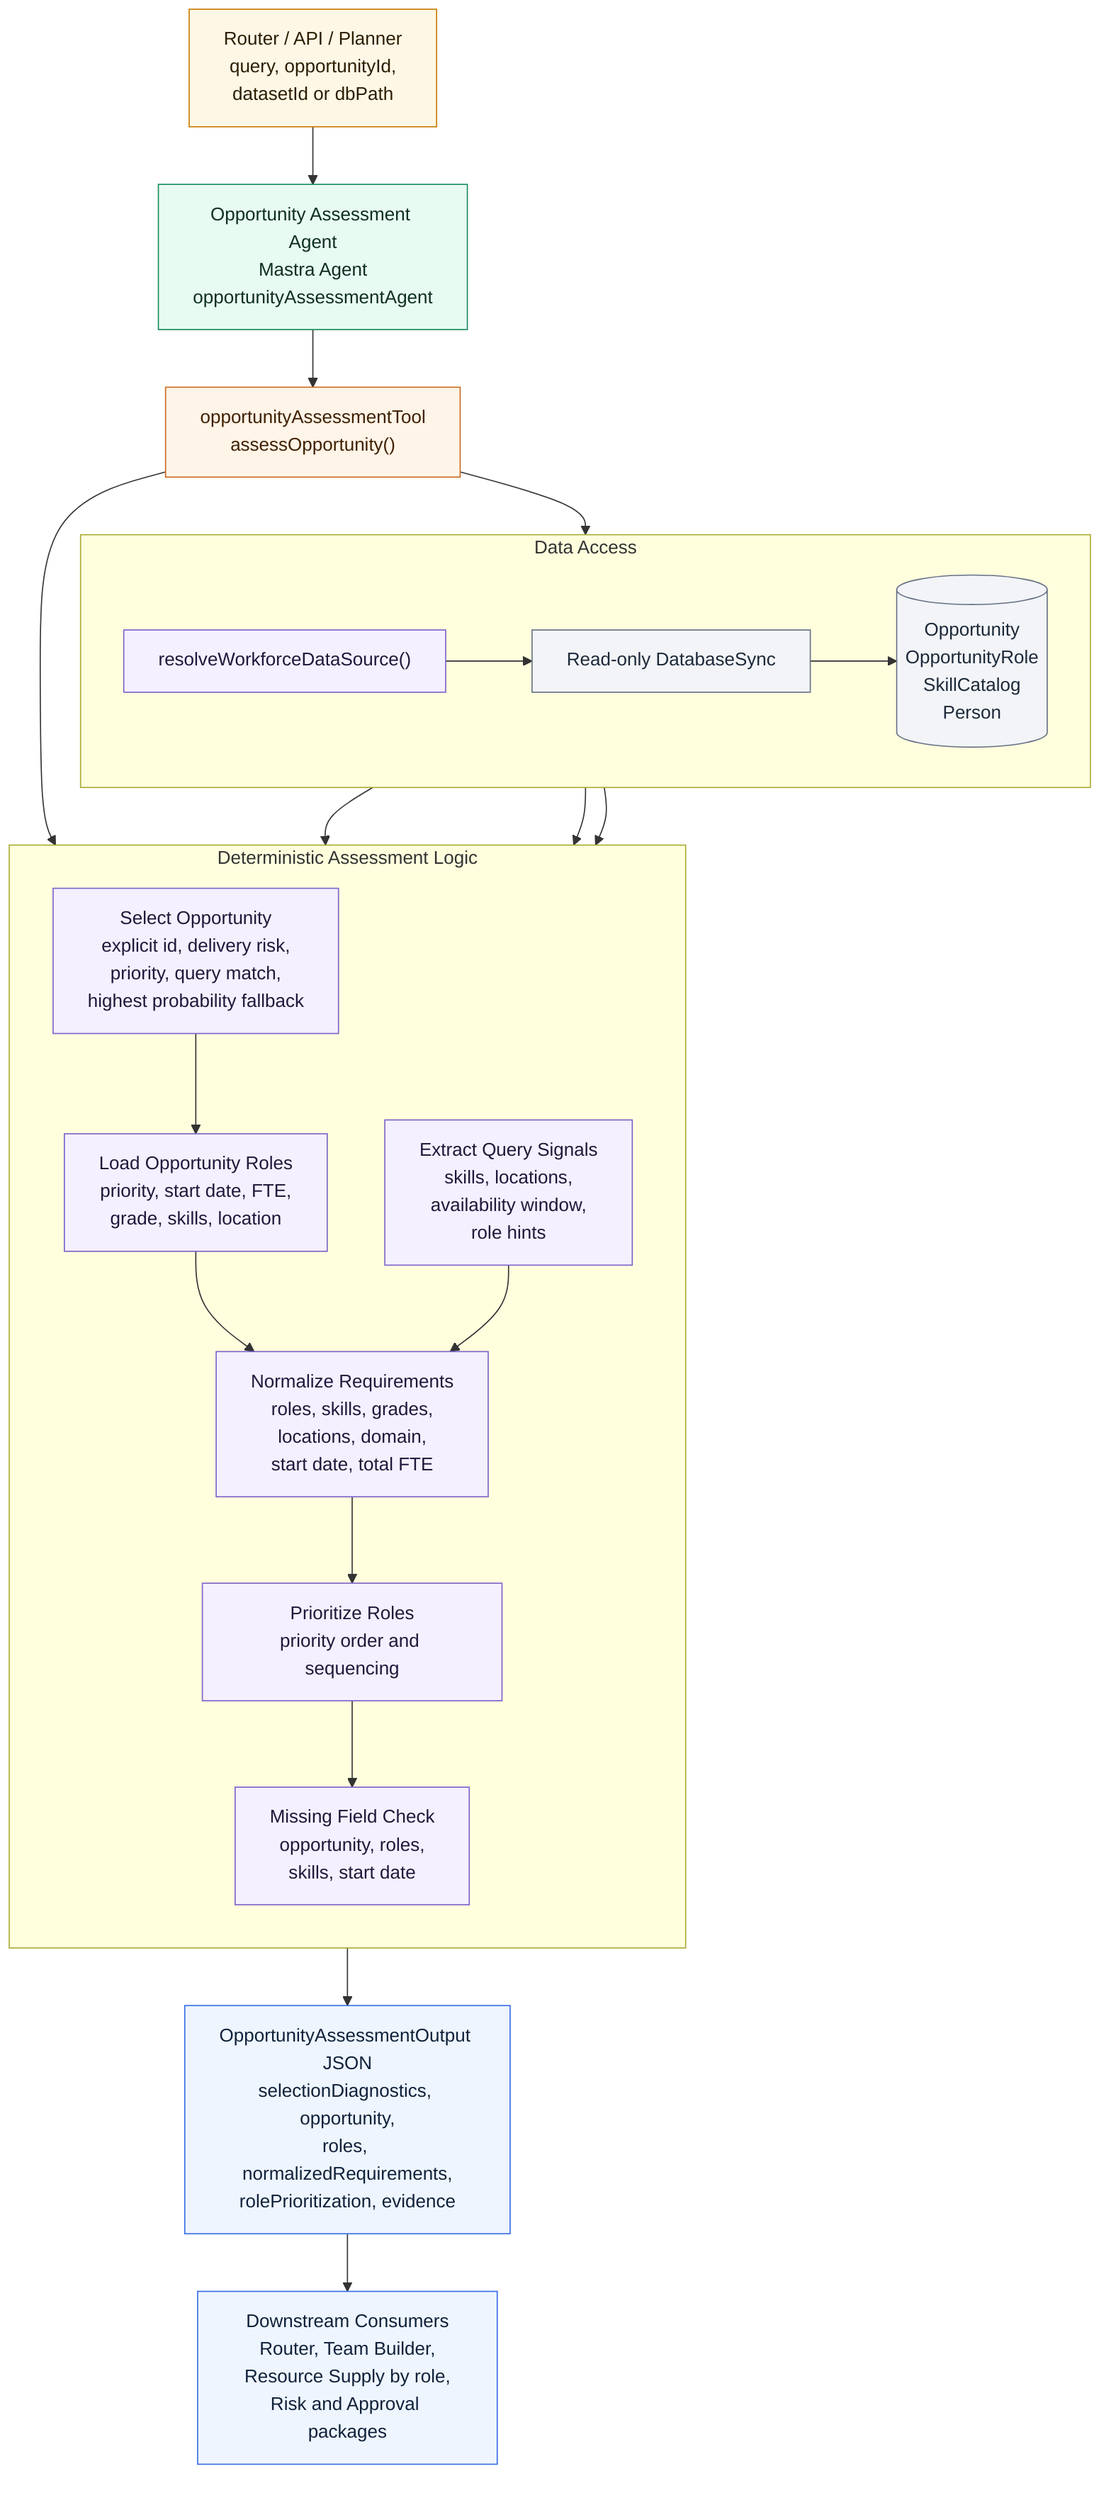
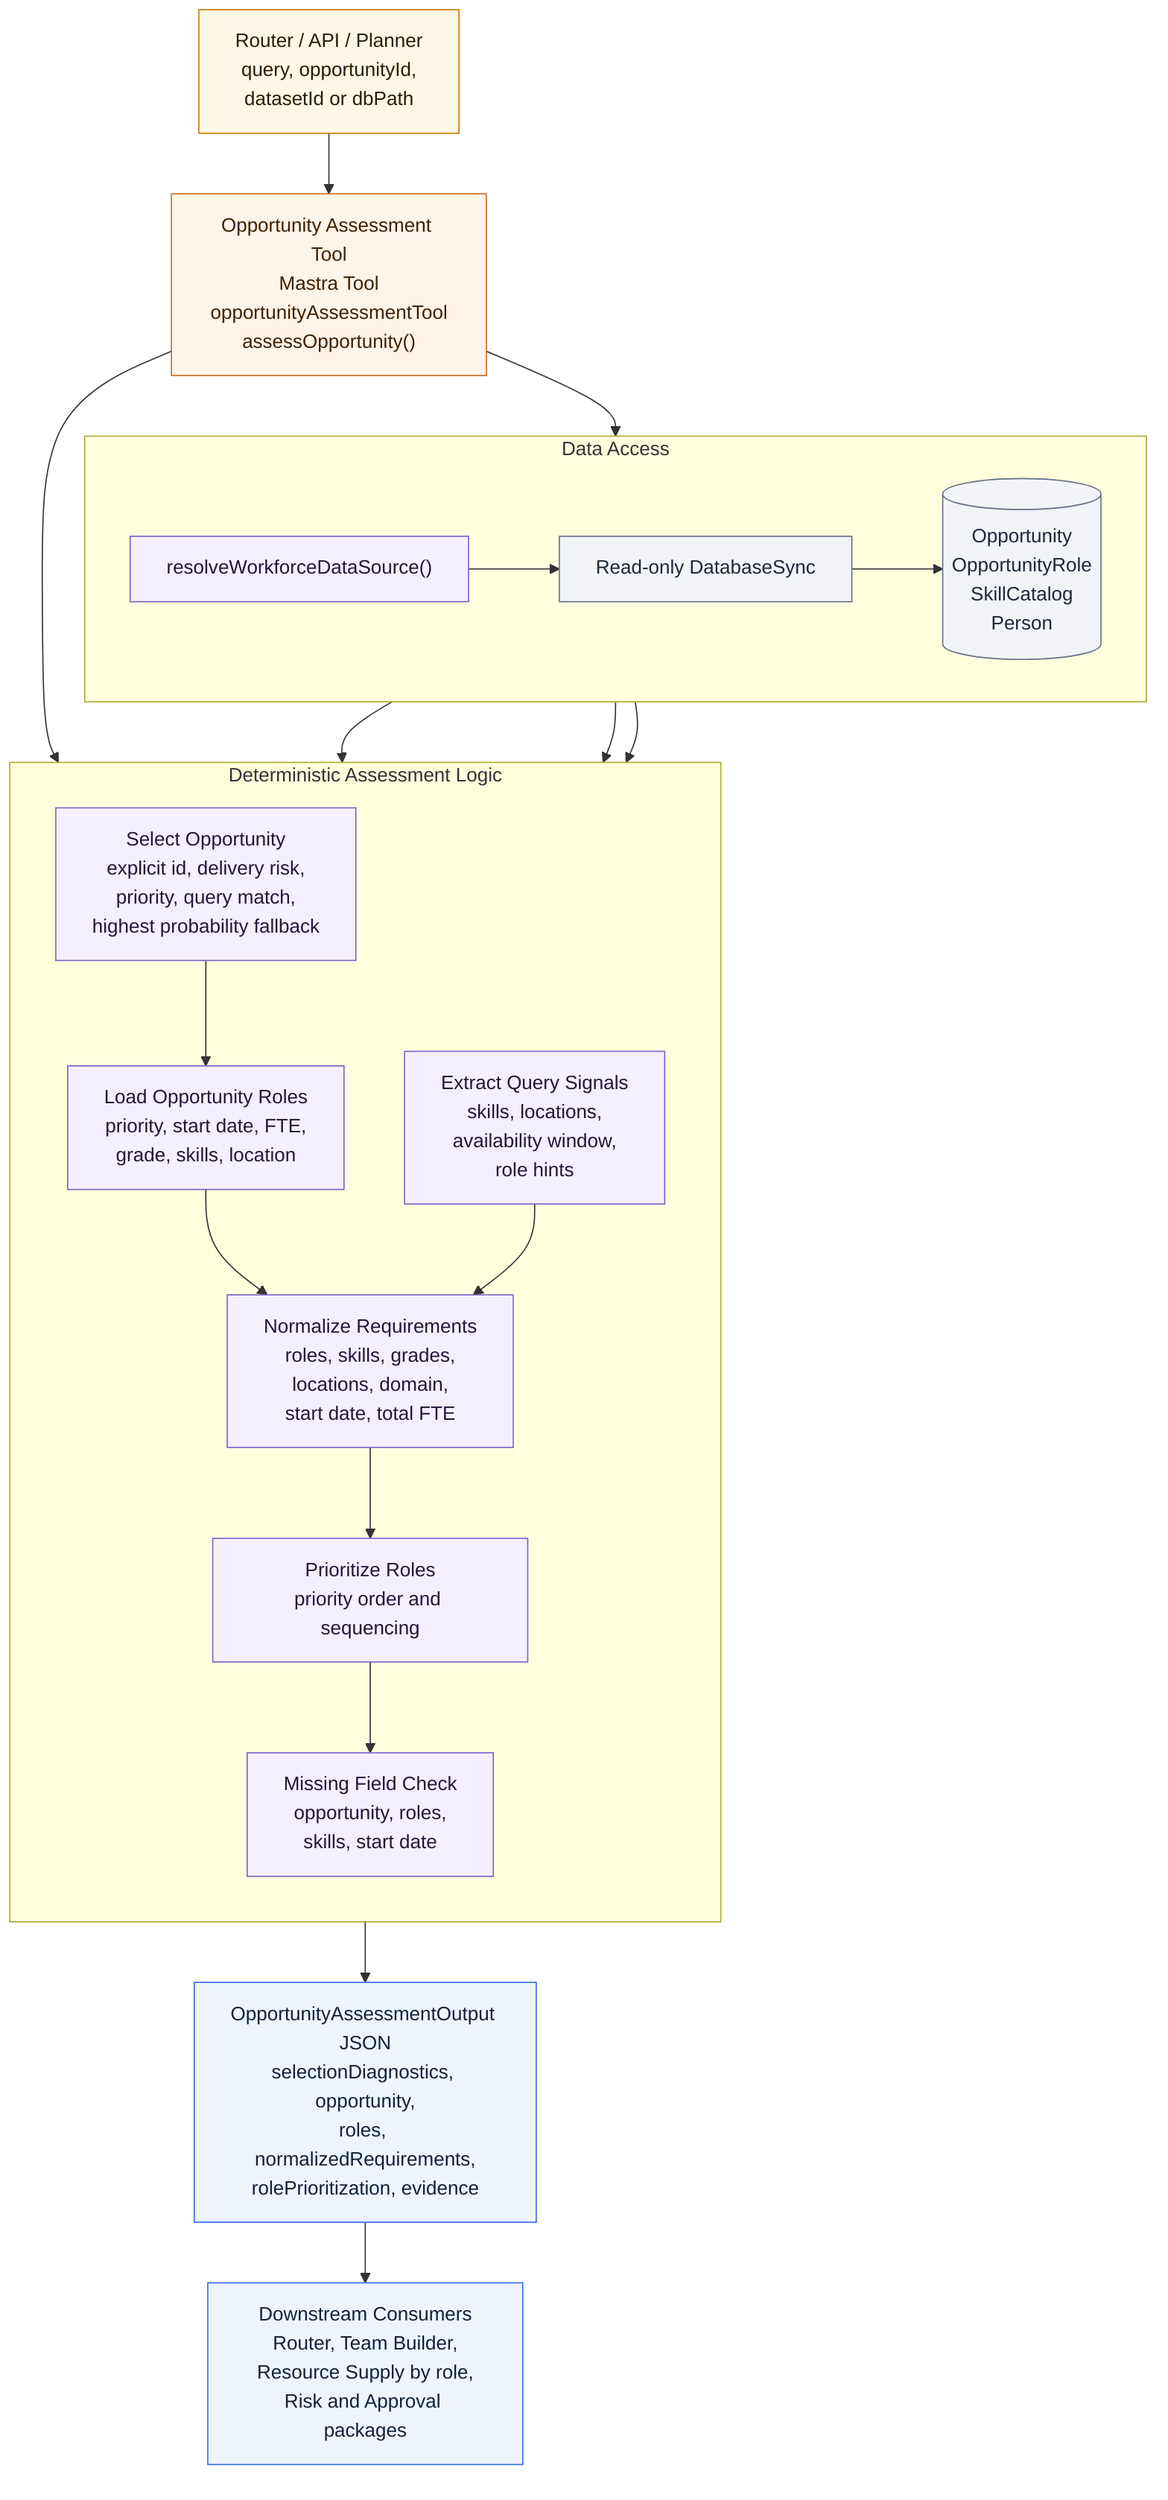
flowchart TD
    caller["Router / API / Planner<br/>query, opportunityId,<br/>datasetId or dbPath"]
-     agent["Opportunity Assessment Agent<br/>Mastra Agent<br/>opportunityAssessmentAgent"]
-     tool["opportunityAssessmentTool<br/>assessOpportunity()"]
+     tool["Opportunity Assessment Tool<br/>Mastra Tool<br/>opportunityAssessmentTool<br/>assessOpportunity()"]

    subgraph access["Data Access"]
        direction LR
        resolver["resolveWorkforceDataSource()"]
        sqlite["Read-only DatabaseSync"]
        tables[("Opportunity<br/>OpportunityRole<br/>SkillCatalog<br/>Person")]
    end

    subgraph logic["Deterministic Assessment Logic"]
        direction TB
        select["Select Opportunity<br/>explicit id, delivery risk,<br/>priority, query match,<br/>highest probability fallback"]
        roles["Load Opportunity Roles<br/>priority, start date, FTE,<br/>grade, skills, location"]
        signals["Extract Query Signals<br/>skills, locations,<br/>availability window,<br/>role hints"]
        normalize["Normalize Requirements<br/>roles, skills, grades,<br/>locations, domain,<br/>start date, total FTE"]
        prioritize["Prioritize Roles<br/>priority order and sequencing"]
        missing["Missing Field Check<br/>opportunity, roles,<br/>skills, start date"]
    end

    outputJson["OpportunityAssessmentOutput JSON<br/>selectionDiagnostics, opportunity,<br/>roles, normalizedRequirements,<br/>rolePrioritization, evidence"]
    downstream["Downstream Consumers<br/>Router, Team Builder,<br/>Resource Supply by role,<br/>Risk and Approval packages"]

-     caller --> agent --> tool --> resolver --> sqlite --> tables
+     caller --> tool --> resolver --> sqlite --> tables
    tool --> select --> roles --> normalize --> prioritize --> missing --> outputJson
    sqlite --> select
    sqlite --> roles
    sqlite --> signals
    signals --> normalize
    outputJson --> downstream

    classDef actor fill:#fff7e6,stroke:#c57a00,color:#2b1d00,stroke-width:1px;
-     classDef agentNode fill:#e8fbf3,stroke:#178a5d,color:#0f2f20,stroke-width:1px;
    classDef toolNode fill:#fff4e8,stroke:#c96b20,color:#402100,stroke-width:1px;
    classDef control fill:#f4f0ff,stroke:#7b61c9,color:#22173a,stroke-width:1px;
    classDef data fill:#f2f4f7,stroke:#667085,color:#1d2939,stroke-width:1px;
    classDef outputNode fill:#eef5ff,stroke:#356ae6,color:#10213a,stroke-width:1px;

    class caller actor;
-     class agent agentNode;
    class tool toolNode;
    class resolver,select,roles,signals,normalize,prioritize,missing control;
    class sqlite,tables data;
    class outputJson,downstream outputNode;
